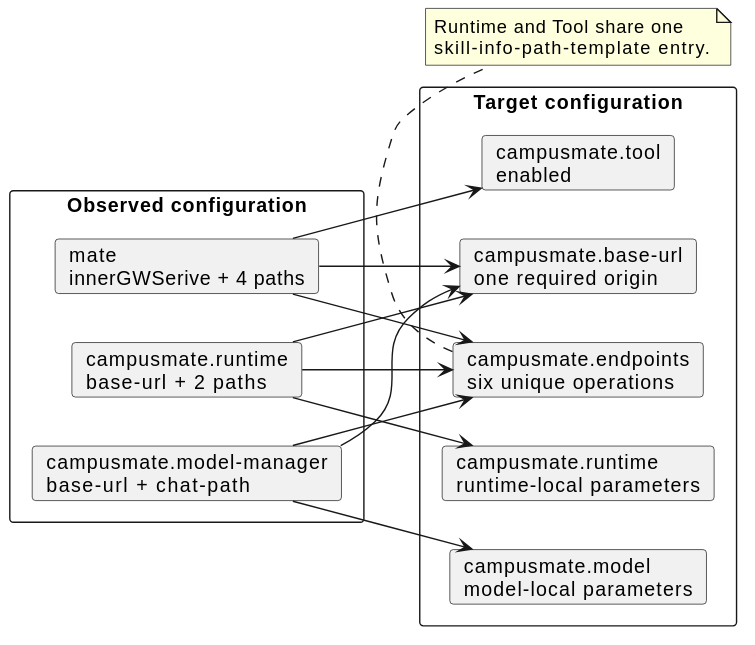
Before: docs/designs/campusmate-shared-config/configuration_key_migration.svg, a diagram exported from PlantUML (2862282695gjh-afk/pi-mono-java).
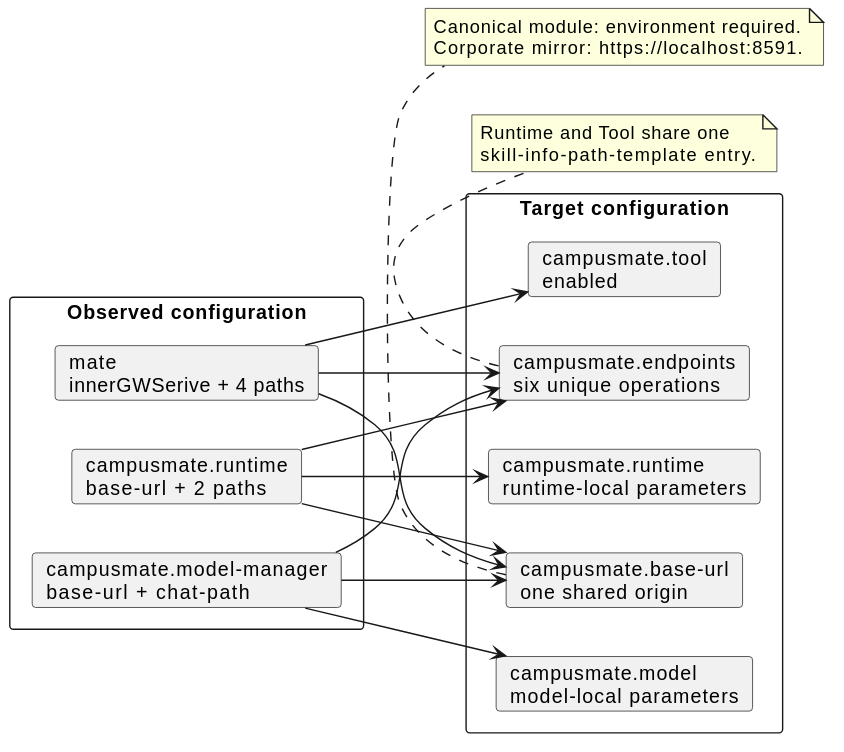
Above is the later version.

Commit message:
fix(campusclaw): 增加 CampusMate 本地默认地址

Diff of the diagram source:
```diff
@@ -9,7 +9,7 @@
 }
 
 rectangle "Target configuration" as target {
-  card "campusmate.base-url\none required origin" as new_base
+  card "campusmate.base-url\none shared origin" as new_base
   card "campusmate.endpoints\nsix unique operations" as new_endpoints
   card "campusmate.model\nmodel-local parameters" as new_model
   card "campusmate.runtime\nruntime-local parameters" as new_runtime
@@ -30,4 +30,9 @@
   Runtime and Tool share one
   skill-info-path-template entry.
 end note
+
+note bottom of new_base
+  Canonical module: environment required.
+  Corporate mirror: https://localhost:8591.
+end note
 @enduml
```
